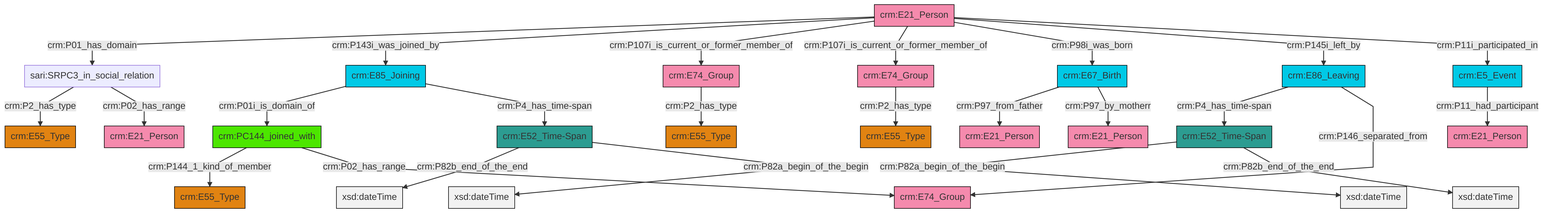
Above: et/personCSV/ttl/mmd/png/Person_Actor_Relations.png in swiss-art-research-net/docs.swissartresearch (Mermaid), before the change. Its source is kept beside it as et/personCSV/ttl/mmd/Person_Actor_Relations.ttl.mmd.
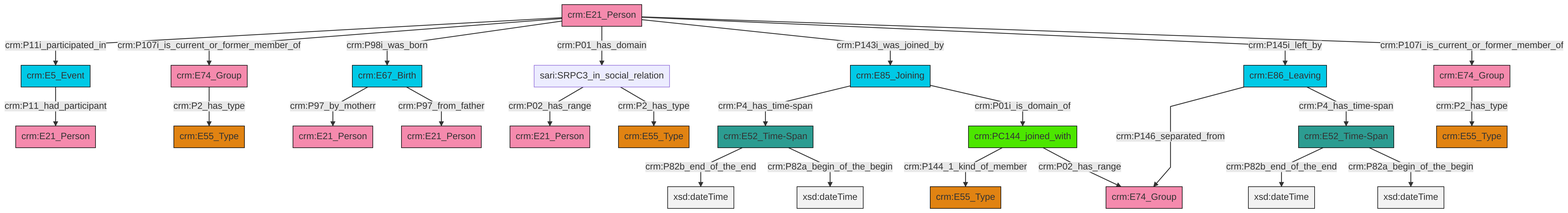
Above is the later version.

Diff of the diagram source:
```diff
@@ -13,27 +13,27 @@
 classDef PC_Classes fill:#4ce600, stroke:#000000;
 classDef Multi fill:#cccccc,stroke:#000000;
 
-4["crm:E21_Person"]:::Actor -->|crm:P01_has_domain| 5["sari:SRPC3_in_social_relation"]:::Default
-8["crm:PC144_joined_with"]:::PC_Classes -->|crm:P144_1_kind_of_member| 9["crm:E55_Type"]:::Type
-11["crm:E74_Group"]:::Actor -->|crm:P2_has_type| 12["crm:E55_Type"]:::Type
-4["crm:E21_Person"]:::Actor -->|crm:P143i_was_joined_by| 15["crm:E85_Joining"]:::Temporal_Entity
-15["crm:E85_Joining"]:::Temporal_Entity -->|crm:P01i_is_domain_of| 8["crm:PC144_joined_with"]:::PC_Classes
-16["crm:E86_Leaving"]:::Temporal_Entity -->|crm:P4_has_time-span| 17["crm:E52_Time-Span"]:::Time-Span
-13["crm:E52_Time-Span"]:::Time-Span -->|crm:P82b_end_of_the_end| 19[xsd:dateTime]:::Literal
-2["crm:E67_Birth"]:::Temporal_Entity -->|crm:P97_from_father| 0["crm:E21_Person"]:::Actor
-16["crm:E86_Leaving"]:::Temporal_Entity -->|crm:P146_separated_from| 22["crm:E74_Group"]:::Actor
-5["sari:SRPC3_in_social_relation"]:::Default -->|crm:P2_has_type| 23["crm:E55_Type"]:::Type
-17["crm:E52_Time-Span"]:::Time-Span -->|crm:P82a_begin_of_the_begin| 26[xsd:dateTime]:::Literal
-17["crm:E52_Time-Span"]:::Time-Span -->|crm:P82b_end_of_the_end| 27[xsd:dateTime]:::Literal
-4["crm:E21_Person"]:::Actor -->|crm:P107i_is_current_or_former_member_of| 28["crm:E74_Group"]:::Actor
-4["crm:E21_Person"]:::Actor -->|crm:P107i_is_current_or_former_member_of| 11["crm:E74_Group"]:::Actor
-4["crm:E21_Person"]:::Actor -->|crm:P98i_was_born| 2["crm:E67_Birth"]:::Temporal_Entity
-2["crm:E67_Birth"]:::Temporal_Entity -->|crm:P97_by_motherr| 6["crm:E21_Person"]:::Actor
-15["crm:E85_Joining"]:::Temporal_Entity -->|crm:P4_has_time-span| 13["crm:E52_Time-Span"]:::Time-Span
-4["crm:E21_Person"]:::Actor -->|crm:P145i_left_by| 16["crm:E86_Leaving"]:::Temporal_Entity
-4["crm:E21_Person"]:::Actor -->|crm:P11i_participated_in| 36["crm:E5_Event"]:::Temporal_Entity
-8["crm:PC144_joined_with"]:::PC_Classes -->|crm:P02_has_range| 22["crm:E74_Group"]:::Actor
-36["crm:E5_Event"]:::Temporal_Entity -->|crm:P11_had_participant| 39["crm:E21_Person"]:::Actor
-5["sari:SRPC3_in_social_relation"]:::Default -->|crm:P02_has_range| 24["crm:E21_Person"]:::Actor
-13["crm:E52_Time-Span"]:::Time-Span -->|crm:P82a_begin_of_the_begin| 40[xsd:dateTime]:::Literal
-28["crm:E74_Group"]:::Actor -->|crm:P2_has_type| 42["crm:E55_Type"]:::Type
+2["crm:E74_Group"]:::Actor -->|crm:P2_has_type| 3["crm:E55_Type"]:::Type
+6["sari:SRPC3_in_social_relation"]:::Default -->|crm:P02_has_range| 7["crm:E21_Person"]:::Actor
+13["crm:PC144_joined_with"]:::PC_Classes -->|crm:P144_1_kind_of_member| 14["crm:E55_Type"]:::Type
+15["crm:E74_Group"]:::Actor -->|crm:P2_has_type| 8["crm:E55_Type"]:::Type
+4["crm:E5_Event"]:::Temporal_Entity -->|crm:P11_had_participant| 16["crm:E21_Person"]:::Actor
+17["crm:E21_Person"]:::Actor -->|crm:P11i_participated_in| 4["crm:E5_Event"]:::Temporal_Entity
+18["crm:E52_Time-Span"]:::Time-Span -->|crm:P82b_end_of_the_end| 19[xsd:dateTime]:::Literal
+17["crm:E21_Person"]:::Actor -->|crm:P107i_is_current_or_former_member_of| 15["crm:E74_Group"]:::Actor
+17["crm:E21_Person"]:::Actor -->|crm:P98i_was_born| 0["crm:E67_Birth"]:::Temporal_Entity
+17["crm:E21_Person"]:::Actor -->|crm:P01_has_domain| 6["sari:SRPC3_in_social_relation"]:::Default
+21["crm:E85_Joining"]:::Temporal_Entity -->|crm:P4_has_time-span| 18["crm:E52_Time-Span"]:::Time-Span
+22["crm:E86_Leaving"]:::Temporal_Entity -->|crm:P146_separated_from| 23["crm:E74_Group"]:::Actor
+18["crm:E52_Time-Span"]:::Time-Span -->|crm:P82a_begin_of_the_begin| 24[xsd:dateTime]:::Literal
+17["crm:E21_Person"]:::Actor -->|crm:P143i_was_joined_by| 21["crm:E85_Joining"]:::Temporal_Entity
+6["sari:SRPC3_in_social_relation"]:::Default -->|crm:P2_has_type| 25["crm:E55_Type"]:::Type
+22["crm:E86_Leaving"]:::Temporal_Entity -->|crm:P4_has_time-span| 11["crm:E52_Time-Span"]:::Time-Span
+0["crm:E67_Birth"]:::Temporal_Entity -->|crm:P97_by_motherr| 28["crm:E21_Person"]:::Actor
+17["crm:E21_Person"]:::Actor -->|crm:P145i_left_by| 22["crm:E86_Leaving"]:::Temporal_Entity
+11["crm:E52_Time-Span"]:::Time-Span -->|crm:P82b_end_of_the_end| 35[xsd:dateTime]:::Literal
+0["crm:E67_Birth"]:::Temporal_Entity -->|crm:P97_from_father| 32["crm:E21_Person"]:::Actor
+21["crm:E85_Joining"]:::Temporal_Entity -->|crm:P01i_is_domain_of| 13["crm:PC144_joined_with"]:::PC_Classes
+13["crm:PC144_joined_with"]:::PC_Classes -->|crm:P02_has_range| 23["crm:E74_Group"]:::Actor
+17["crm:E21_Person"]:::Actor -->|crm:P107i_is_current_or_former_member_of| 2["crm:E74_Group"]:::Actor
+11["crm:E52_Time-Span"]:::Time-Span -->|crm:P82a_begin_of_the_begin| 44[xsd:dateTime]:::Literal
```
